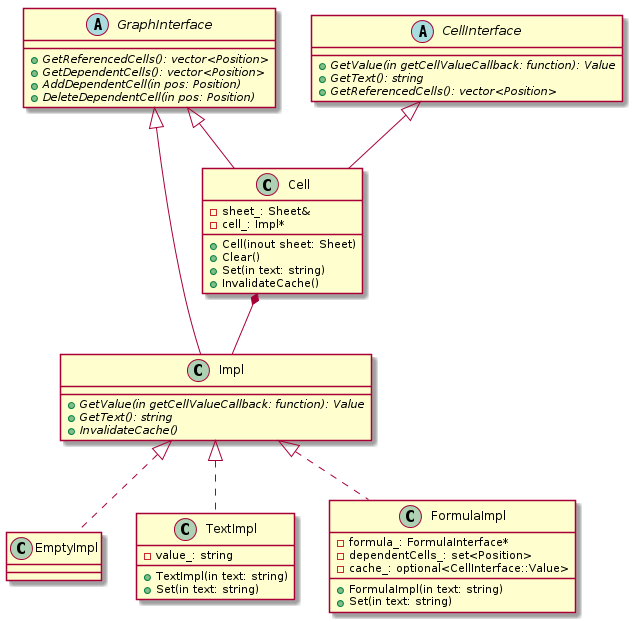
The PlantUML diagram uml/png/cell.png in kazarynau/YandexPraktikumFinal, before a commit.
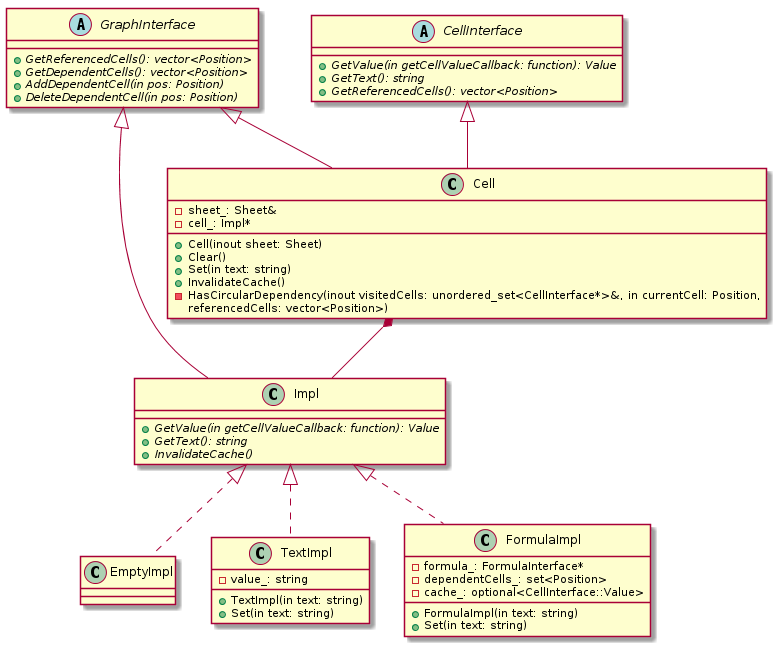
Later version of the same file.

Commit message:
Move HasCircularDependency() to cell

The edit, as a diff of the source:
```diff
@@ -48,6 +48,8 @@
     +Clear()
     +Set(in text: string)
     +InvalidateCache()
+    -HasCircularDependency(inout visitedCells: unordered_set<CellInterface*>&, in currentCell: Position,
+            referencedCells: vector<Position>)
     -sheet_: Sheet&
     -cell_: Impl*
 }
```
